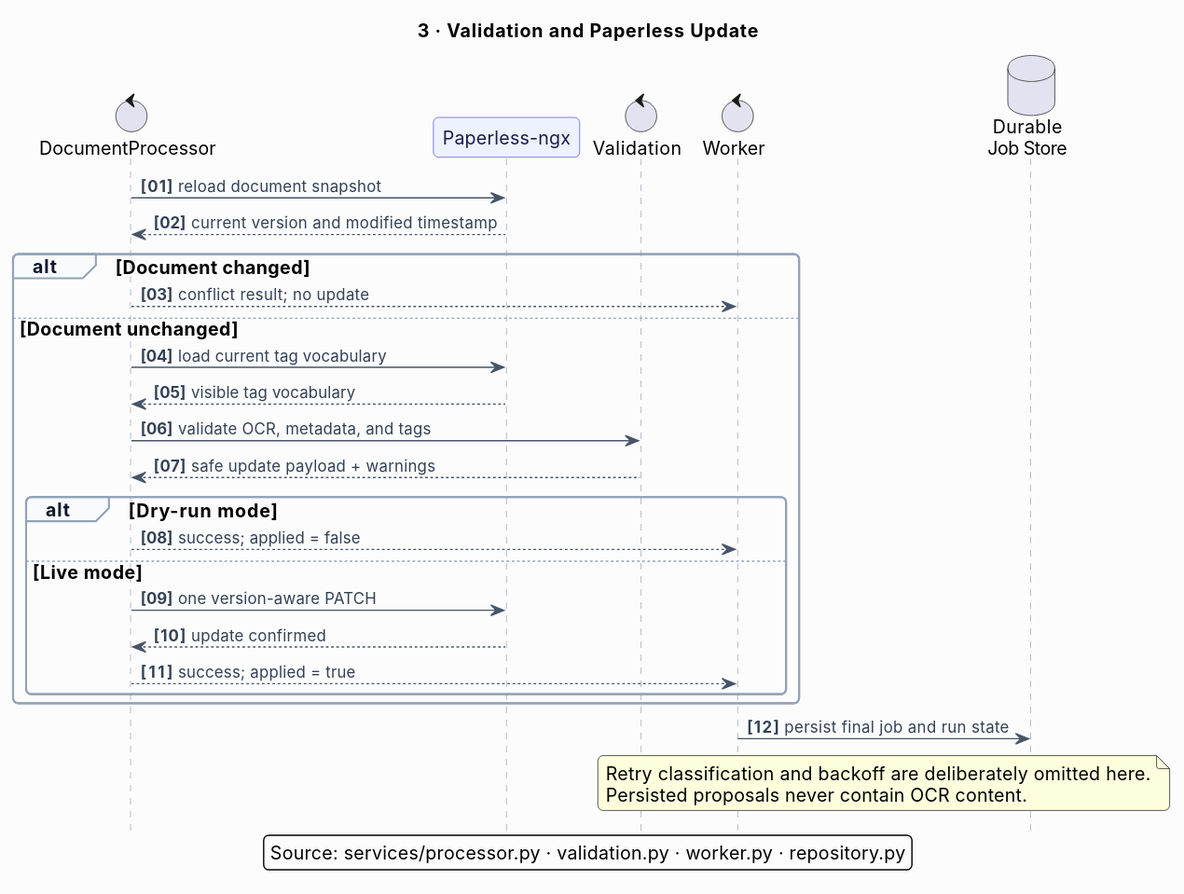
Earlier version of the PlantUML export docs/architecture/sequence-03-validation-update.svg (GeorgesAlkhouri/MistralDock).
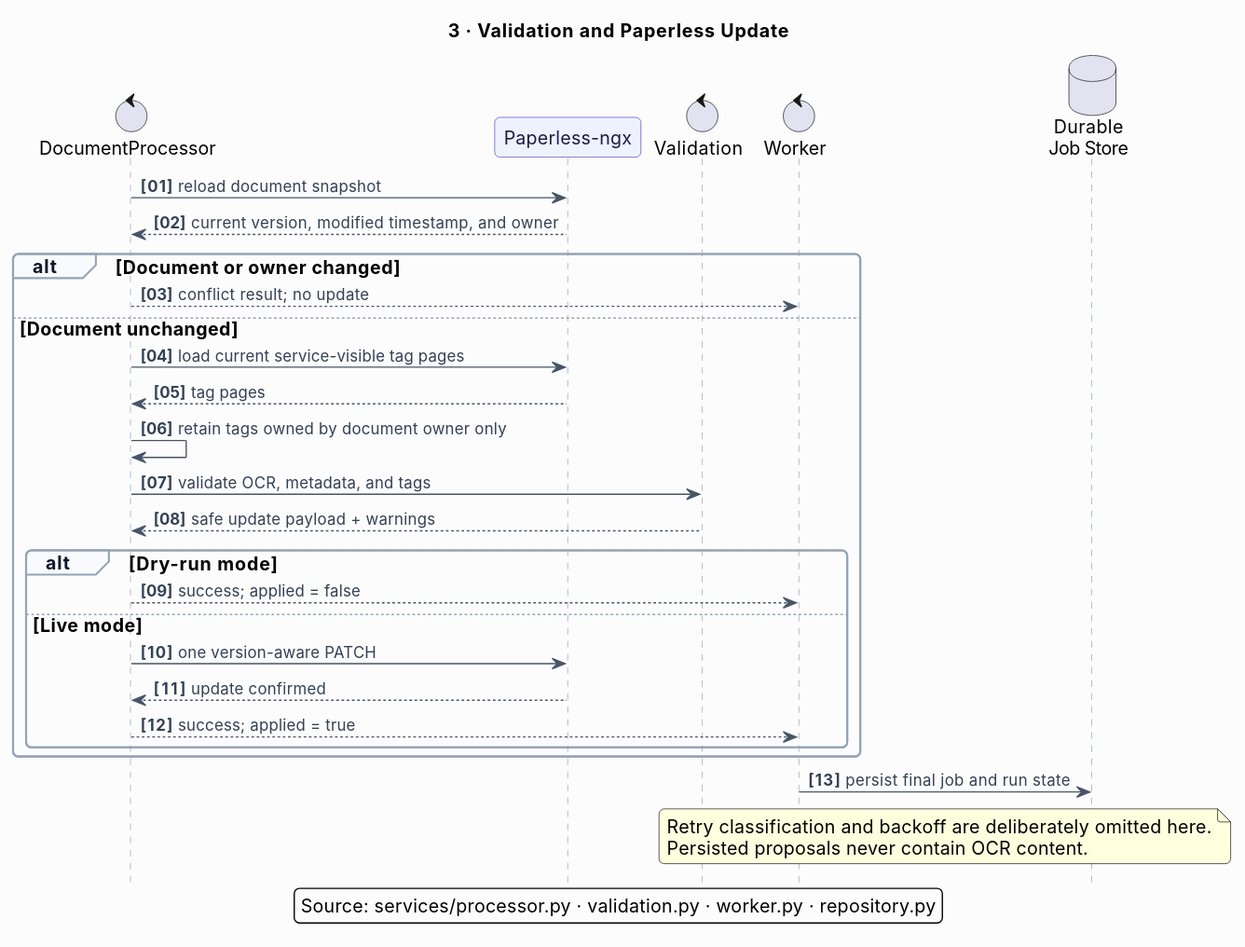
After the change.

Commit message:
fix: 🔒 Scope tags by document owner (#28)

What changed in the source:
```diff
@@ -28,13 +28,14 @@
 database "Durable\nJob Store" as Store
 
 Processor -> Paperless : reload document snapshot
-Paperless --> Processor : current version and modified timestamp
+Paperless --> Processor : current version, modified timestamp, and owner
 
-alt Document changed
+alt Document or owner changed
   Processor --> Worker : conflict result; no update
 else Document unchanged
-  Processor -> Paperless : load current tag vocabulary
-  Paperless --> Processor : visible tag vocabulary
+  Processor -> Paperless : load current service-visible tag pages
+  Paperless --> Processor : tag pages
+  Processor -> Processor : retain tags owned by document owner only
 
   Processor -> Validation : validate OCR, metadata, and tags
   Validation --> Processor : safe update payload + warnings
```
